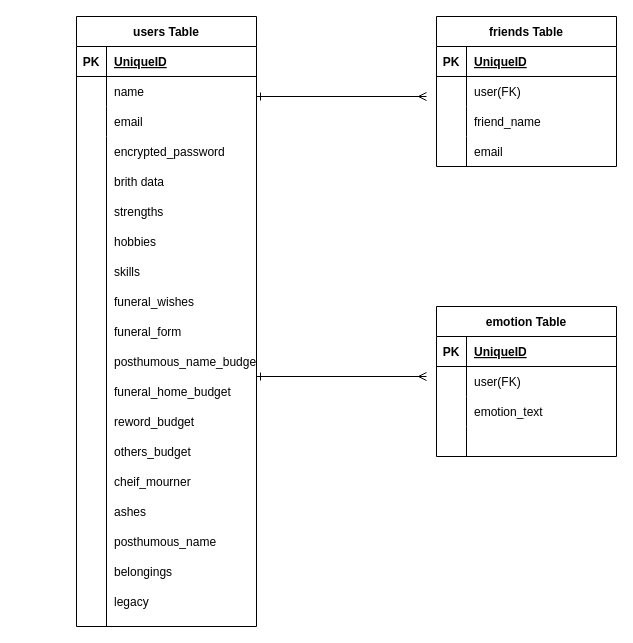
Before: ER.dio in d-miyabi/lifetime, a draw.io diagram. Source tidied: cells renumbered, new cells numbered last; positions are measured from the earlier drawing's top-left corner, leaving out a move shared by most shapes. Both pictures are drawn from the tidied source at 100%, with x=0, y=0 at pixel (16, 16).
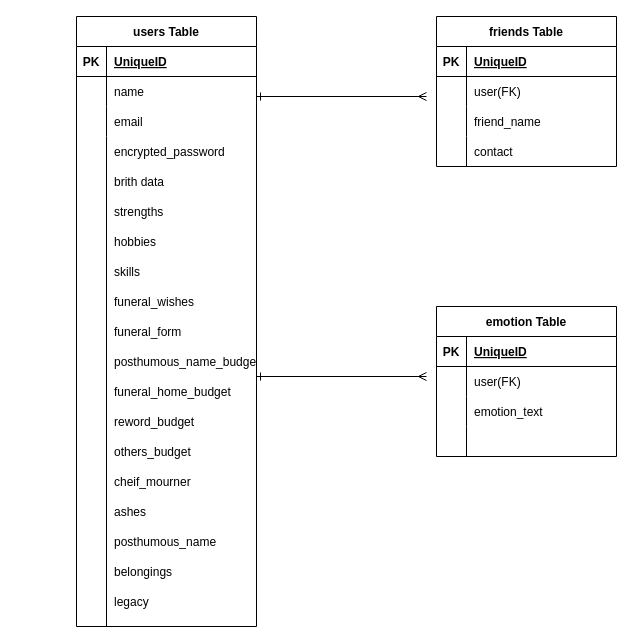
Above is the later version.

Commit message:
ER図のfriendsテーブルを変更

Change to the diagram source:
```diff
@@
-    <mxCell id="60" value="email" style="shape=partialRectangle;fillColor=none;top=0;left=0;bottom=0;right=0;align=left;spacingLeft=6;overflow=hidden;strokeColor=default;" parent="1" vertex="1">
+    <mxCell id="60" value="contact" style="shape=partialRectangle;fillColor=none;top=0;left=0;bottom=0;right=0;align=left;spacingLeft=6;overflow=hidden;strokeColor=default;" parent="1" vertex="1">
       <mxGeometry x="450" y="120" width="150" height="30" as="geometry" />
     </mxCell>
```
